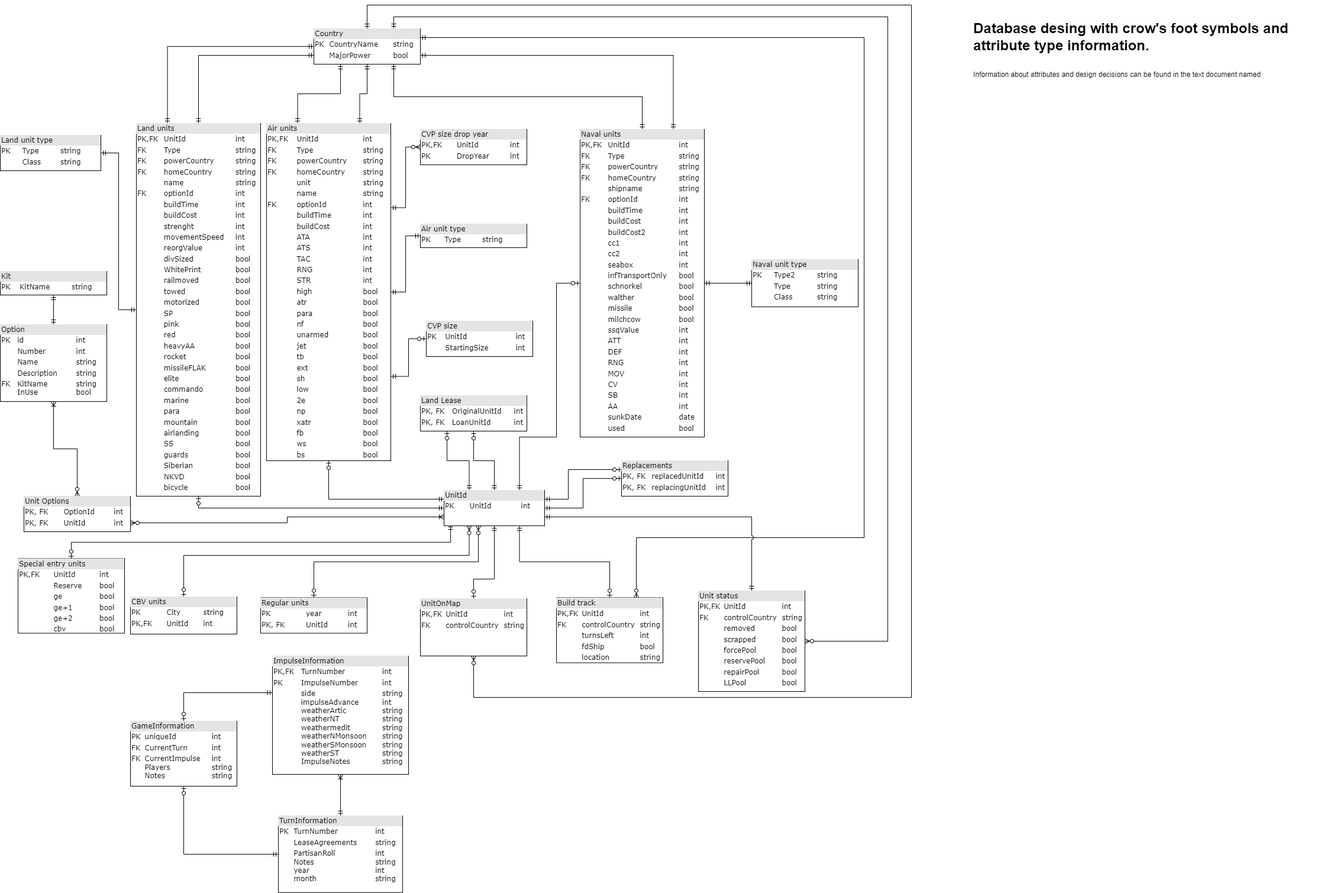
This is design_documentation/wifdb_crows_foot.drawio.png from teakfi/wif_helper, a draw.io export, as it was before one commit. Source tidied: cells renumbered, new cells last; positions are measured from the earlier drawing's top-left corner, leaving out a move shared by most shapes.
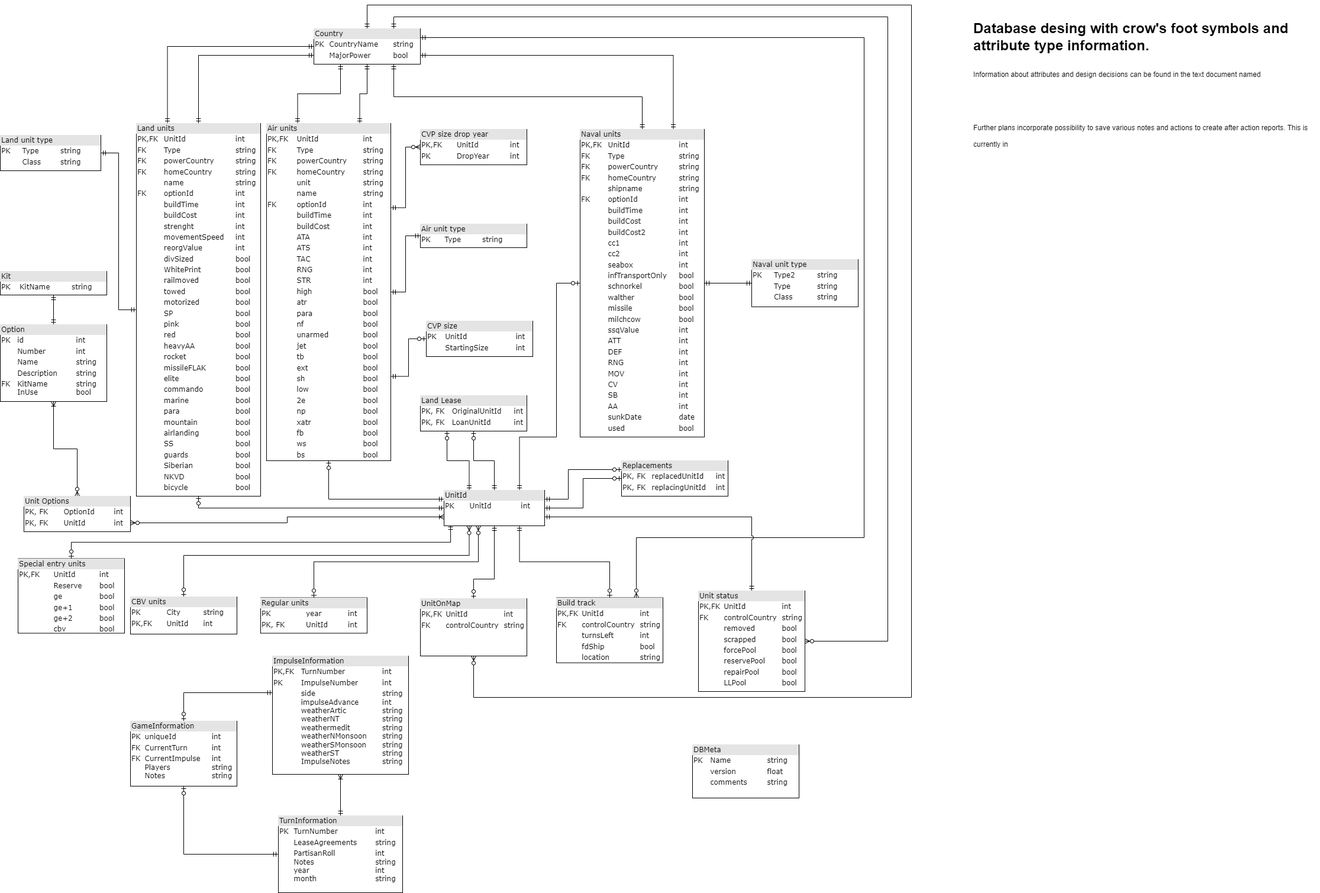
Above is the later version.

Commit message:
metadata table for database

The edit, as a diff of the source:
```diff
@@ -186,7 +186,7 @@
     <mxCell id="49" value="&lt;div style=&quot;box-sizing:border-box;width:100%;background:#e4e4e4;padding:2px;&quot;&gt;UnitId&lt;/div&gt;&lt;table style=&quot;width:100%;font-size:1em;&quot; cellpadding=&quot;2&quot; cellspacing=&quot;0&quot;&gt;&lt;tbody&gt;&lt;tr&gt;&lt;td&gt;PK&lt;/td&gt;&lt;td&gt;UnitId&lt;/td&gt;&lt;td&gt;int&lt;/td&gt;&lt;/tr&gt;&lt;/tbody&gt;&lt;/table&gt;" style="verticalAlign=top;align=left;overflow=fill;html=1;rounded=0;shadow=0;comic=0;labelBackgroundColor=none;strokeWidth=1;fontFamily=Verdana;fontSize=12;" parent="1" vertex="1">
       <mxGeometry x="750" y="820" width="170" height="60" as="geometry" />
     </mxCell>
-    <mxCell id="50" value="&lt;h1&gt;&lt;span style=&quot;background-color: initial;&quot;&gt;Database desing with crow's foot symbols and attribute type information.&lt;/span&gt;&lt;/h1&gt;&lt;h1&gt;&lt;span style=&quot;background-color: initial; font-size: 12px; font-weight: normal;&quot;&gt;Information about attributes and design decisions can be found in the text document named&amp;nbsp;&lt;/span&gt;&lt;br&gt;&lt;/h1&gt;" style="text;html=1;strokeColor=none;fillColor=none;spacing=5;spacingTop=-20;whiteSpace=wrap;overflow=hidden;rounded=0;" parent="1" vertex="1">
+    <mxCell id="50" value="&lt;h1&gt;&lt;span style=&quot;background-color: initial;&quot;&gt;Database desing with crow's foot symbols and attribute type information.&lt;/span&gt;&lt;/h1&gt;&lt;h1&gt;&lt;span style=&quot;background-color: initial; font-size: 12px; font-weight: normal;&quot;&gt;Information about attributes and design decisions can be found in the text document named&lt;/span&gt;&lt;/h1&gt;&lt;h1&gt;&lt;span style=&quot;background-color: initial; font-size: 12px; font-weight: normal;&quot;&gt;&lt;br&gt;&lt;/span&gt;&lt;/h1&gt;&lt;h1&gt;&lt;span style=&quot;background-color: initial; font-size: 12px; font-weight: normal;&quot;&gt;Further plans incorporate possibility to save various notes and actions to create after action reports. This is currently in&amp;nbsp;&amp;nbsp;&lt;/span&gt;&lt;br&gt;&lt;/h1&gt;" style="text;html=1;strokeColor=none;fillColor=none;spacing=5;spacingTop=-20;whiteSpace=wrap;overflow=hidden;rounded=0;" parent="1" vertex="1">
       <mxGeometry x="1640" y="20" width="590" height="650" as="geometry" />
     </mxCell>
     <mxCell id="51" style="edgeStyle=orthogonalEdgeStyle;rounded=0;jettySize=auto;html=1;exitX=1;exitY=0.75;exitDx=0;exitDy=0;entryX=0;entryY=0.75;entryDx=0;entryDy=0;endArrow=ERoneToMany;endFill=0;startArrow=ERzeroToMany;startFill=0;" parent="1" edge="1" source="53" target="49">
@@ -216,5 +216,8 @@
     <mxCell id="59" value="&lt;div style=&quot;box-sizing:border-box;width:100%;background:#e4e4e4;padding:2px;&quot;&gt;GameInformation&lt;/div&gt;&lt;table style=&quot;width:100%;font-size:1em;&quot; cellpadding=&quot;2&quot; cellspacing=&quot;0&quot;&gt;&lt;tbody&gt;&lt;tr&gt;&lt;td&gt;PK&lt;/td&gt;&lt;td&gt;uniqueId&lt;/td&gt;&lt;td&gt;int&lt;/td&gt;&lt;/tr&gt;&lt;tr&gt;&lt;td&gt;FK&lt;/td&gt;&lt;td&gt;CurrentTurn&lt;/td&gt;&lt;td&gt;int&lt;/td&gt;&lt;/tr&gt;&lt;tr&gt;&lt;td&gt;FK&lt;br&gt;&lt;br&gt;&lt;br&gt;&lt;br&gt;&lt;/td&gt;&lt;td&gt;CurrentImpulse&lt;br&gt;Players&lt;br&gt;Notes&lt;br&gt;&lt;br&gt;&lt;/td&gt;&lt;td&gt;int&lt;br&gt;string&lt;br&gt;string&lt;br&gt;&lt;br&gt;&lt;/td&gt;&lt;/tr&gt;&lt;/tbody&gt;&lt;/table&gt;" style="verticalAlign=top;align=left;overflow=fill;html=1;rounded=0;shadow=0;comic=0;labelBackgroundColor=none;strokeWidth=1;fontFamily=Verdana;fontSize=12;" parent="1" vertex="1">
       <mxGeometry x="220" y="1210" width="180" height="110" as="geometry" />
     </mxCell>
+    <mxCell id="60" value="&lt;div style=&quot;box-sizing:border-box;width:100%;background:#e4e4e4;padding:2px;&quot;&gt;DBMeta&lt;/div&gt;&lt;table style=&quot;width:100%;font-size:1em;&quot; cellpadding=&quot;2&quot; cellspacing=&quot;0&quot;&gt;&lt;tbody&gt;&lt;tr&gt;&lt;td&gt;PK&lt;/td&gt;&lt;td&gt;Name&lt;/td&gt;&lt;td&gt;string&lt;/td&gt;&lt;/tr&gt;&lt;tr&gt;&lt;td&gt;&lt;br&gt;&lt;/td&gt;&lt;td&gt;version&lt;/td&gt;&lt;td&gt;float&lt;/td&gt;&lt;/tr&gt;&lt;tr&gt;&lt;td&gt;&lt;/td&gt;&lt;td&gt;comments&lt;/td&gt;&lt;td&gt;string&lt;/td&gt;&lt;/tr&gt;&lt;/tbody&gt;&lt;/table&gt;" style="verticalAlign=top;align=left;overflow=fill;html=1;rounded=0;shadow=0;comic=0;labelBackgroundColor=none;strokeWidth=1;fontFamily=Verdana;fontSize=12;" parent="1" vertex="1">
+      <mxGeometry x="1170" y="1250" width="180" height="90" as="geometry" />
+    </mxCell>
   </root>
 </mxGraphModel>
```
